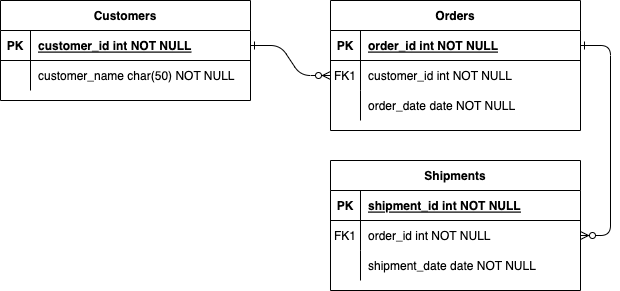
Above: InitERD.drawio.png in GwangBin-0607/AuctionDrawio (draw.io), before the change. Source tidied: cells renumbered, new cells last; positions are measured from the earlier drawing's top-left corner, leaving out a move shared by most shapes.
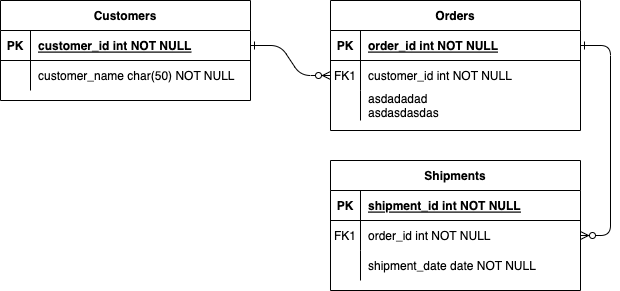
The same file after the commit.

Change to the diagram source:
```diff
@@ -35,7 +35,7 @@
     <mxCell id="12" style="shape=partialRectangle;overflow=hidden;fillColor=none;top=0;left=0;bottom=0;right=0;" parent="11" vertex="1">
       <mxGeometry width="30" height="30" as="geometry" />
     </mxCell>
-    <mxCell id="13" value="order_date date NOT NULL" style="shape=partialRectangle;overflow=hidden;fillColor=none;top=0;left=0;bottom=0;right=0;align=left;spacingLeft=6;" parent="11" vertex="1">
+    <mxCell id="13" value="asdadadad&#10;asdasdasdas&#10;" style="shape=partialRectangle;overflow=hidden;fillColor=none;top=0;left=0;bottom=0;right=0;align=left;spacingLeft=6;" parent="11" vertex="1">
       <mxGeometry x="30" width="220" height="30" as="geometry" />
     </mxCell>
     <mxCell id="14" value="Shipments" style="shape=table;startSize=30;rowLines=0;fontStyle=1;align=center;" parent="1" vertex="1">
```
